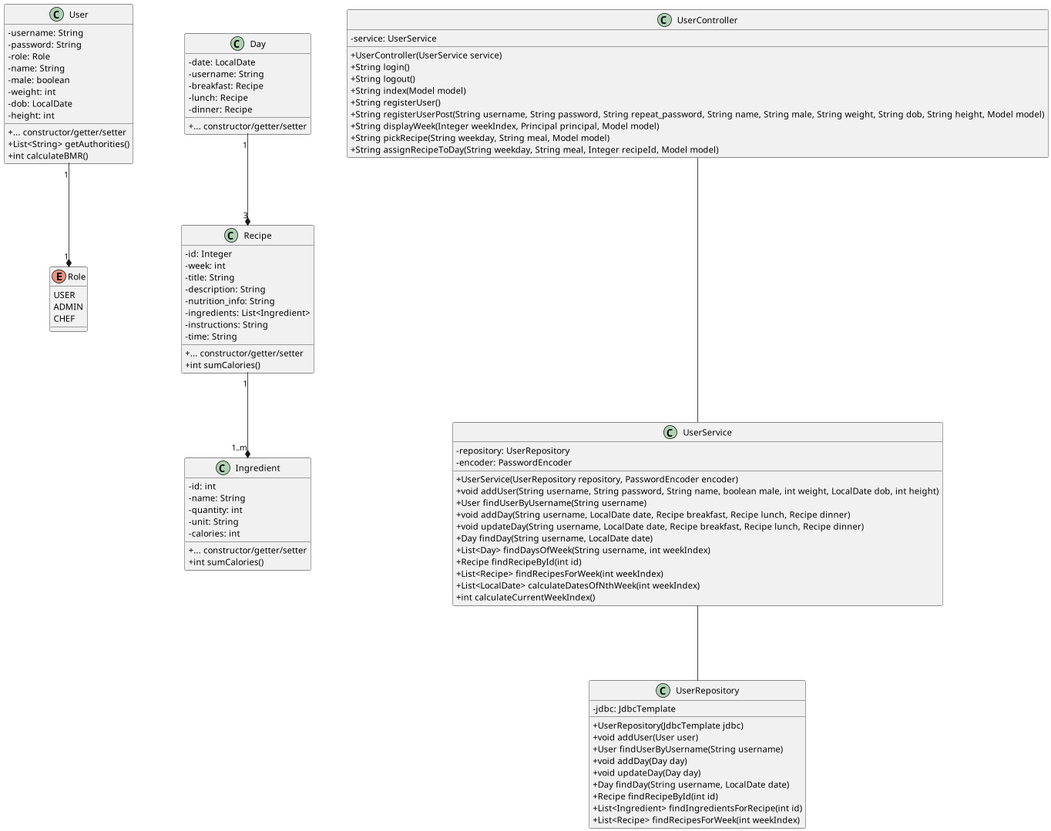
The PlantUML diagram diagram/class-diagram.png in sofush/kostplan, before a commit.
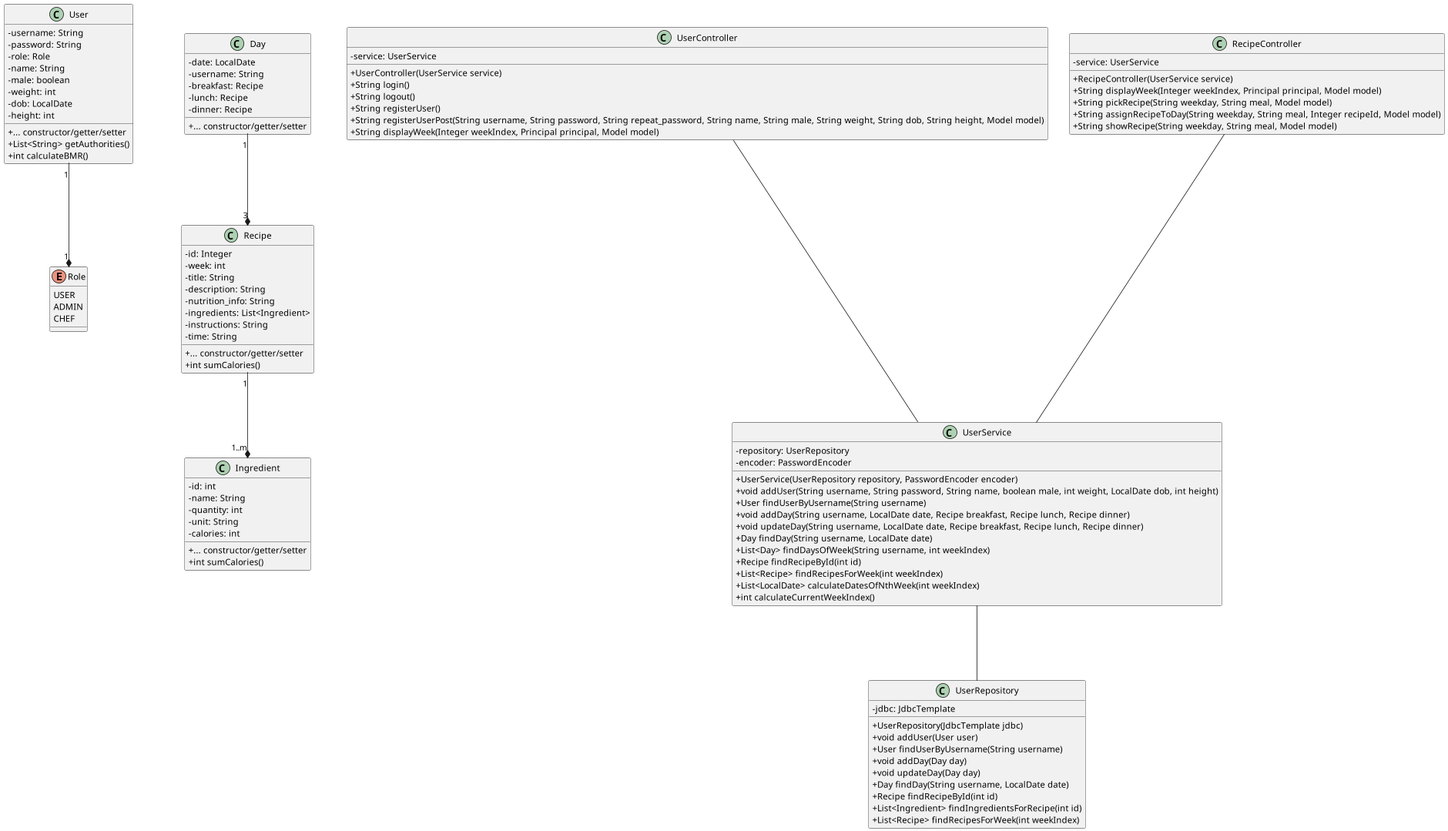
The same diagram one commit later.

Commit message:
docs: update class diagram

Change to the diagram source:
```diff
@@ -53,12 +53,17 @@
 	+ UserController(UserService service)
 	+ String login()
 	+ String logout()
-	+ String index(Model model)
 	+ String registerUser()
 	+ String registerUserPost(String username, String password, String repeat_password, String name, String male, String weight, String dob, String height, Model model)
 	+ String displayWeek(Integer weekIndex, Principal principal, Model model)
+}
+class RecipeController {
+	- service: UserService
+	+ RecipeController(UserService service)
+	+ String displayWeek(Integer weekIndex, Principal principal, Model model)
 	+ String pickRecipe(String weekday, String meal, Model model)
 	+ String assignRecipeToDay(String weekday, String meal, Integer recipeId, Model model)
+	+ String showRecipe(String weekday, String meal, Model model)
 }
 class UserService {
 	- repository: UserRepository
@@ -89,6 +94,7 @@
 }
 
 UserController --- UserService
+RecipeController --- UserService
 UserService --- UserRepository
 User "1" --* "1" Role
 Day "1" --* "3" Recipe
```
